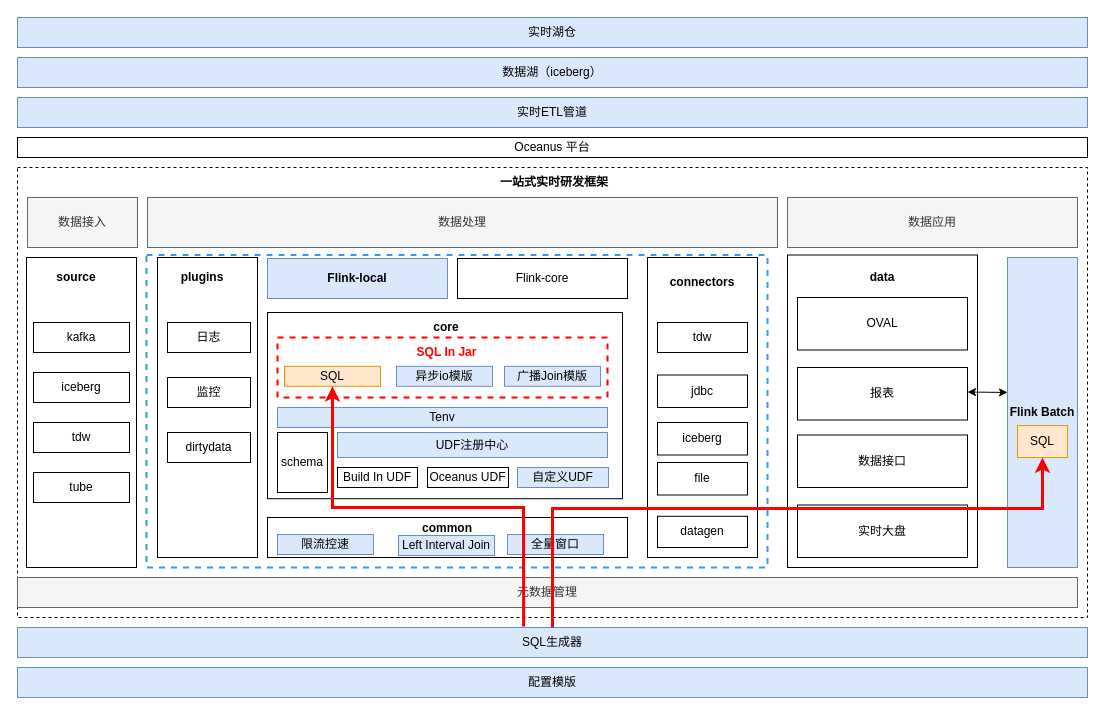
Before: page "流批一体框架" (3 of 3) of 实时dataops-实时离线校验链路升级方案.drawio in Arthur-Lanc/drawio, a draw.io diagram. Source tidied: cells renumbered, new cells numbered last; positions are measured from the earlier drawing's top-left corner, leaving out a move shared by most shapes. Both pictures are drawn from the tidied source at 100%, with x=0, y=0 at pixel (17, 17).
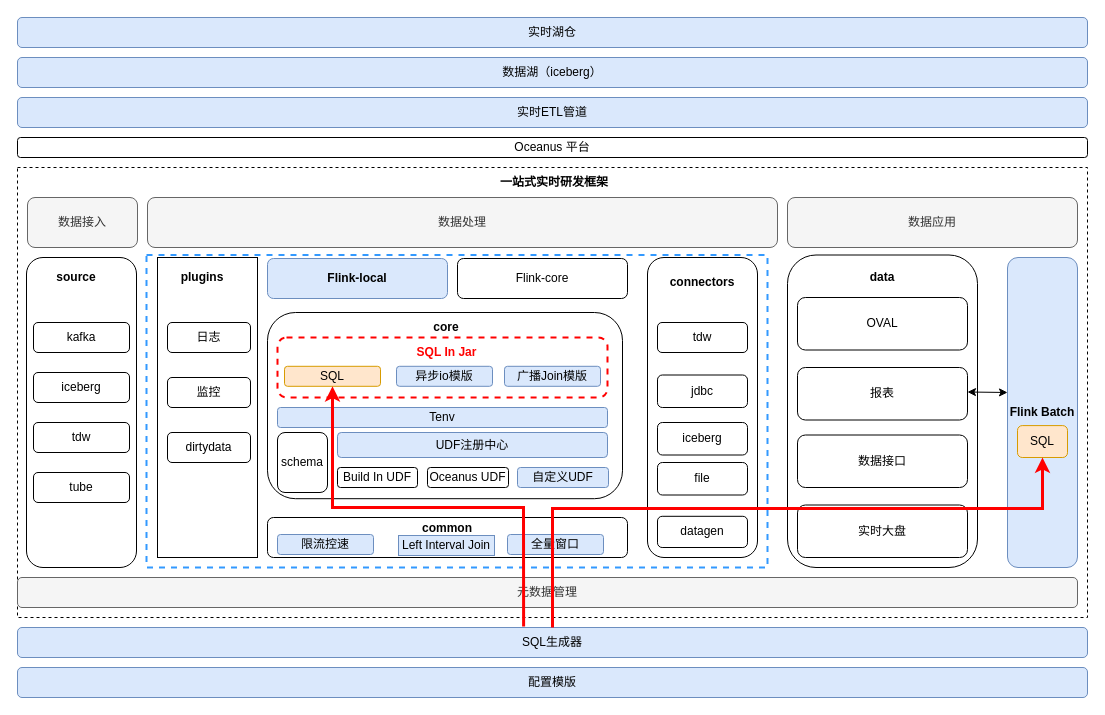
Above is the later version.

What changed in the source:
```diff
@@
-    <mxCell id="4" style="rounded=0;whiteSpace=wrap;html=1;" parent="1" vertex="1">
+    <mxCell id="4" style="rounded=1;whiteSpace=wrap;html=1;" parent="1" vertex="1">
       <mxGeometry x="250" y="295" width="355" height="186.2" as="geometry" />
     </mxCell>
-    <mxCell id="5" style="rounded=0;whiteSpace=wrap;html=1;fillColor=default;" parent="1" vertex="1">
+    <mxCell id="5" style="rounded=1;whiteSpace=wrap;html=1;fillColor=default;" parent="1" vertex="1">
       <mxGeometry x="770" y="237.5" width="190" height="312.5" as="geometry" />
     </mxCell>
-    <mxCell id="6" value="配置模版" style="rounded=0;whiteSpace=wrap;html=1;fillColor=#dae8fc;strokeColor=#6c8ebf;" parent="1" vertex="1">
+    <mxCell id="6" value="配置模版" style="rounded=1;whiteSpace=wrap;html=1;fillColor=#dae8fc;strokeColor=#6c8ebf;" parent="1" vertex="1">
       <mxGeometry y="650" width="1070" height="30" as="geometry" />
     </mxCell>
-    <mxCell id="7" value="SQL生成器" style="rounded=0;whiteSpace=wrap;html=1;fillColor=#dae8fc;strokeColor=#6c8ebf;" parent="1" vertex="1">
+    <mxCell id="7" value="SQL生成器" style="rounded=1;whiteSpace=wrap;html=1;fillColor=#dae8fc;strokeColor=#6c8ebf;" parent="1" vertex="1">
       <mxGeometry y="610" width="1070" height="30" as="geometry" />
     </mxCell>
-    <mxCell id="8" value="元数据管理" style="rounded=0;whiteSpace=wrap;html=1;fillColor=#f5f5f5;fontColor=#333333;strokeColor=#666666;" parent="1" vertex="1">
+    <mxCell id="8" value="元数据管理" style="rounded=1;whiteSpace=wrap;html=1;fillColor=#f5f5f5;fontColor=#333333;strokeColor=#666666;" parent="1" vertex="1">
       <mxGeometry y="560" width="1060" height="30" as="geometry" />
     </mxCell>
-    <mxCell id="9" style="rounded=0;whiteSpace=wrap;html=1;" parent="1" vertex="1">
+    <mxCell id="9" style="rounded=1;whiteSpace=wrap;html=1;" parent="1" vertex="1">
       <mxGeometry x="9" y="240" width="110" height="310" as="geometry" />
     </mxCell>
-    <mxCell id="10" value="kafka" style="rounded=0;whiteSpace=wrap;html=1;" parent="1" vertex="1">
+    <mxCell id="10" value="kafka" style="rounded=1;whiteSpace=wrap;html=1;" parent="1" vertex="1">
       <mxGeometry x="16" y="305" width="96" height="30" as="geometry" />
     </mxCell>
-    <mxCell id="11" value="iceberg" style="rounded=0;whiteSpace=wrap;html=1;" parent="1" vertex="1">
+    <mxCell id="11" value="iceberg" style="rounded=1;whiteSpace=wrap;html=1;" parent="1" vertex="1">
       <mxGeometry x="16" y="355" width="96" height="30" as="geometry" />
     </mxCell>
-    <mxCell id="12" value="tdw" style="rounded=0;whiteSpace=wrap;html=1;" parent="1" vertex="1">
+    <mxCell id="12" value="tdw" style="rounded=1;whiteSpace=wrap;html=1;" parent="1" vertex="1">
       <mxGeometry x="16" y="405" width="96" height="30" as="geometry" />
     </mxCell>
-    <mxCell id="13" value="tube" style="rounded=0;whiteSpace=wrap;html=1;" parent="1" vertex="1">
+    <mxCell id="13" value="tube" style="rounded=1;whiteSpace=wrap;html=1;" parent="1" vertex="1">
       <mxGeometry x="16" y="455" width="96" height="30" as="geometry" />
     </mxCell>
@@
-    <mxCell id="15" value="&lt;b&gt;Flink-local&lt;/b&gt;" style="rounded=0;whiteSpace=wrap;html=1;fillColor=#dae8fc;strokeColor=#6c8ebf;" parent="1" vertex="1">
+    <mxCell id="15" value="&lt;b&gt;Flink-local&lt;/b&gt;" style="rounded=1;whiteSpace=wrap;html=1;fillColor=#dae8fc;strokeColor=#6c8ebf;" parent="1" vertex="1">
       <mxGeometry x="250" y="241" width="180" height="40" as="geometry" />
     </mxCell>
-    <mxCell id="16" style="rounded=0;whiteSpace=wrap;html=1;" parent="1" vertex="1">
+    <mxCell id="16" style="rounded=1;whiteSpace=wrap;html=1;" parent="1" vertex="1">
       <mxGeometry x="250" y="500" width="360" height="40" as="geometry" />
     </mxCell>
-    <mxCell id="17" value="数据接入" style="rounded=0;whiteSpace=wrap;html=1;fillColor=#f5f5f5;fontColor=#333333;strokeColor=#666666;" parent="1" vertex="1">
+    <mxCell id="17" value="数据接入" style="rounded=1;whiteSpace=wrap;html=1;fillColor=#f5f5f5;fontColor=#333333;strokeColor=#666666;" parent="1" vertex="1">
       <mxGeometry x="10" y="180" width="110" height="50" as="geometry" />
     </mxCell>
-    <mxCell id="18" value="数据处理" style="rounded=0;whiteSpace=wrap;html=1;fillColor=#f5f5f5;fontColor=#333333;strokeColor=#666666;" parent="1" vertex="1">
+    <mxCell id="18" value="数据处理" style="rounded=1;whiteSpace=wrap;html=1;fillColor=#f5f5f5;fontColor=#333333;strokeColor=#666666;" parent="1" vertex="1">
       <mxGeometry x="130" y="180" width="630" height="50" as="geometry" />
     </mxCell>
-    <mxCell id="19" value="数据应用" style="rounded=0;whiteSpace=wrap;html=1;fillColor=#f5f5f5;fontColor=#333333;strokeColor=#666666;" parent="1" vertex="1">
+    <mxCell id="19" value="数据应用" style="rounded=1;whiteSpace=wrap;html=1;fillColor=#f5f5f5;fontColor=#333333;strokeColor=#666666;" parent="1" vertex="1">
       <mxGeometry x="770" y="180" width="290" height="50" as="geometry" />
     </mxCell>
-    <mxCell id="20" value="限流控速" style="rounded=0;whiteSpace=wrap;html=1;fillColor=#dae8fc;strokeColor=#6c8ebf;" parent="1" vertex="1">
+    <mxCell id="20" value="限流控速" style="rounded=1;whiteSpace=wrap;html=1;fillColor=#dae8fc;strokeColor=#6c8ebf;" parent="1" vertex="1">
       <mxGeometry x="260" y="517" width="96" height="20" as="geometry" />
     </mxCell>
@@
-    <mxCell id="22" value="全量窗口" style="rounded=0;whiteSpace=wrap;html=1;fillColor=#dae8fc;strokeColor=#6c8ebf;" parent="1" vertex="1">
+    <mxCell id="22" value="全量窗口" style="rounded=1;whiteSpace=wrap;html=1;fillColor=#dae8fc;strokeColor=#6c8ebf;" parent="1" vertex="1">
       <mxGeometry x="490" y="517" width="96" height="20" as="geometry" />
     </mxCell>
-    <mxCell id="23" value="&lt;b&gt;common&lt;/b&gt;" style="text;html=1;strokeColor=none;fillColor=none;align=center;verticalAlign=middle;whiteSpace=wrap;rounded=0;" parent="1" vertex="1">
+    <mxCell id="23" value="&lt;b&gt;common&lt;/b&gt;" style="text;html=1;strokeColor=none;fillColor=none;align=center;verticalAlign=middle;whiteSpace=wrap;rounded=1;" parent="1" vertex="1">
       <mxGeometry x="400" y="496" width="60" height="30" as="geometry" />
     </mxCell>
-    <mxCell id="24" value="Flink-core" style="rounded=0;whiteSpace=wrap;html=1;" parent="1" vertex="1">
+    <mxCell id="24" value="Flink-core" style="rounded=1;whiteSpace=wrap;html=1;" parent="1" vertex="1">
       <mxGeometry x="440" y="241" width="170" height="40" as="geometry" />
     </mxCell>
@@
-    <mxCell id="26" style="rounded=0;whiteSpace=wrap;html=1;dashed=1;fillColor=none;strokeColor=#FF0000;strokeWidth=2;" parent="1" vertex="1">
+    <mxCell id="26" style="rounded=1;whiteSpace=wrap;html=1;dashed=1;fillColor=none;strokeColor=#FF0000;strokeWidth=2;" parent="1" vertex="1">
       <mxGeometry x="260" y="320" width="330" height="60" as="geometry" />
     </mxCell>
-    <mxCell id="27" value="SQL" style="rounded=0;whiteSpace=wrap;html=1;fillColor=#ffe6cc;strokeColor=#d79b00;" parent="1" vertex="1">
+    <mxCell id="27" value="SQL" style="rounded=1;whiteSpace=wrap;html=1;fillColor=#ffe6cc;strokeColor=#d79b00;" parent="1" vertex="1">
       <mxGeometry x="267" y="348.8" width="96" height="20" as="geometry" />
     </mxCell>
-    <mxCell id="28" value="异步io模版" style="rounded=0;whiteSpace=wrap;html=1;fillColor=#dae8fc;strokeColor=#6c8ebf;" parent="1" vertex="1">
+    <mxCell id="28" value="异步io模版" style="rounded=1;whiteSpace=wrap;html=1;fillColor=#dae8fc;strokeColor=#6c8ebf;" parent="1" vertex="1">
       <mxGeometry x="379" y="348.8" width="96" height="20" as="geometry" />
     </mxCell>
-    <mxCell id="29" value="广播Join模版" style="rounded=0;whiteSpace=wrap;html=1;fillColor=#dae8fc;strokeColor=#6c8ebf;" parent="1" vertex="1">
+    <mxCell id="29" value="广播Join模版" style="rounded=1;whiteSpace=wrap;html=1;fillColor=#dae8fc;strokeColor=#6c8ebf;" parent="1" vertex="1">
       <mxGeometry x="487" y="348.8" width="96" height="20" as="geometry" />
     </mxCell>
@@
-    <mxCell id="31" value="Tenv" style="rounded=0;whiteSpace=wrap;html=1;fillColor=#dae8fc;strokeColor=#6c8ebf;" parent="1" vertex="1">
+    <mxCell id="31" value="Tenv" style="rounded=1;whiteSpace=wrap;html=1;fillColor=#dae8fc;strokeColor=#6c8ebf;" parent="1" vertex="1">
       <mxGeometry x="260" y="390" width="330" height="20" as="geometry" />
     </mxCell>
-    <mxCell id="32" value="UDF注册中心" style="rounded=0;whiteSpace=wrap;html=1;fillColor=#dae8fc;strokeColor=#6c8ebf;" parent="1" vertex="1">
+    <mxCell id="32" value="UDF注册中心" style="rounded=1;whiteSpace=wrap;html=1;fillColor=#dae8fc;strokeColor=#6c8ebf;" parent="1" vertex="1">
       <mxGeometry x="320" y="415" width="270" height="25" as="geometry" />
     </mxCell>
-    <mxCell id="33" value="自定义UDF" style="rounded=0;whiteSpace=wrap;html=1;fillColor=#dae8fc;strokeColor=#6c8ebf;" parent="1" vertex="1">
+    <mxCell id="33" value="自定义UDF" style="rounded=1;whiteSpace=wrap;html=1;fillColor=#dae8fc;strokeColor=#6c8ebf;" parent="1" vertex="1">
       <mxGeometry x="500" y="450" width="91" height="20" as="geometry" />
     </mxCell>
-    <mxCell id="34" value="Oceanus UDF" style="rounded=0;whiteSpace=wrap;html=1;" parent="1" vertex="1">
+    <mxCell id="34" value="Oceanus UDF" style="rounded=1;whiteSpace=wrap;html=1;" parent="1" vertex="1">
       <mxGeometry x="410" y="450" width="81" height="20" as="geometry" />
     </mxCell>
-    <mxCell id="35" value="schema" style="rounded=0;whiteSpace=wrap;html=1;" parent="1" vertex="1">
+    <mxCell id="35" value="schema" style="rounded=1;whiteSpace=wrap;html=1;" parent="1" vertex="1">
       <mxGeometry x="260" y="415" width="50" height="60" as="geometry" />
     </mxCell>
-    <mxCell id="36" value="Build In UDF" style="rounded=0;whiteSpace=wrap;html=1;" parent="1" vertex="1">
+    <mxCell id="36" value="Build In UDF" style="rounded=1;whiteSpace=wrap;html=1;" parent="1" vertex="1">
       <mxGeometry x="320" y="450" width="80" height="20" as="geometry" />
     </mxCell>
-    <mxCell id="37" style="rounded=0;whiteSpace=wrap;html=1;" parent="1" vertex="1">
+    <mxCell id="37" style="rounded=1;whiteSpace=wrap;html=1;" parent="1" vertex="1">
       <mxGeometry x="630" y="240" width="110" height="300" as="geometry" />
     </mxCell>
@@
-    <mxCell id="40" value="日志" style="rounded=0;whiteSpace=wrap;html=1;" parent="1" vertex="1">
+    <mxCell id="40" value="日志" style="rounded=1;whiteSpace=wrap;html=1;" parent="1" vertex="1">
       <mxGeometry x="150" y="305" width="83" height="30" as="geometry" />
     </mxCell>
-    <mxCell id="41" value="监控" style="rounded=0;whiteSpace=wrap;html=1;" parent="1" vertex="1">
+    <mxCell id="41" value="监控" style="rounded=1;whiteSpace=wrap;html=1;" parent="1" vertex="1">
       <mxGeometry x="150" y="360" width="83" height="30" as="geometry" />
     </mxCell>
-    <mxCell id="42" value="dirtydata" style="rounded=0;whiteSpace=wrap;html=1;" parent="1" vertex="1">
+    <mxCell id="42" value="dirtydata" style="rounded=1;whiteSpace=wrap;html=1;" parent="1" vertex="1">
       <mxGeometry x="150" y="415" width="83" height="30" as="geometry" />
     </mxCell>
-    <mxCell id="43" value="&lt;b&gt;connectors&lt;/b&gt;" style="text;html=1;strokeColor=none;fillColor=none;align=center;verticalAlign=middle;whiteSpace=wrap;rounded=0;" parent="1" vertex="1">
+    <mxCell id="43" value="&lt;b&gt;connectors&lt;/b&gt;" style="text;html=1;strokeColor=none;fillColor=none;align=center;verticalAlign=middle;whiteSpace=wrap;rounded=1;" parent="1" vertex="1">
       <mxGeometry x="655" y="250" width="60" height="30" as="geometry" />
     </mxCell>
-    <mxCell id="44" value="iceberg" style="rounded=0;whiteSpace=wrap;html=1;" parent="1" vertex="1">
+    <mxCell id="44" value="iceberg" style="rounded=1;whiteSpace=wrap;html=1;" parent="1" vertex="1">
       <mxGeometry x="640" y="405" width="90" height="32.5" as="geometry" />
     </mxCell>
-    <mxCell id="45" value="tdw" style="rounded=0;whiteSpace=wrap;html=1;" parent="1" vertex="1">
+    <mxCell id="45" value="tdw" style="rounded=1;whiteSpace=wrap;html=1;" parent="1" vertex="1">
       <mxGeometry x="640" y="305" width="90" height="30" as="geometry" />
     </mxCell>
-    <mxCell id="46" value="jdbc" style="rounded=0;whiteSpace=wrap;html=1;" parent="1" vertex="1">
+    <mxCell id="46" value="jdbc" style="rounded=1;whiteSpace=wrap;html=1;" parent="1" vertex="1">
       <mxGeometry x="640" y="357.5" width="90" height="32.5" as="geometry" />
     </mxCell>
-    <mxCell id="47" value="datagen" style="rounded=0;whiteSpace=wrap;html=1;" parent="1" vertex="1">
+    <mxCell id="47" value="datagen" style="rounded=1;whiteSpace=wrap;html=1;" parent="1" vertex="1">
       <mxGeometry x="640" y="498.8" width="90" height="31.2" as="geometry" />
     </mxCell>
-    <mxCell id="48" value="&lt;b&gt;Flink Batch&lt;/b&gt;" style="rounded=0;whiteSpace=wrap;html=1;fillColor=#dae8fc;strokeColor=#6c8ebf;" parent="1" vertex="1">
+    <mxCell id="48" value="&lt;b&gt;Flink Batch&lt;/b&gt;" style="rounded=1;whiteSpace=wrap;html=1;fillColor=#dae8fc;strokeColor=#6c8ebf;" parent="1" vertex="1">
       <mxGeometry x="990" y="240" width="70" height="310" as="geometry" />
     </mxCell>
-    <mxCell id="49" value="OVAL" style="rounded=0;whiteSpace=wrap;html=1;" parent="1" vertex="1">
+    <mxCell id="49" value="OVAL" style="rounded=1;whiteSpace=wrap;html=1;" parent="1" vertex="1">
       <mxGeometry x="780" y="280" width="170" height="52.5" as="geometry" />
     </mxCell>
-    <mxCell id="50" value="报表" style="rounded=0;whiteSpace=wrap;html=1;" parent="1" vertex="1">
+    <mxCell id="50" value="报表" style="rounded=1;whiteSpace=wrap;html=1;" parent="1" vertex="1">
       <mxGeometry x="780" y="350" width="170" height="52.5" as="geometry" />
     </mxCell>
-    <mxCell id="51" value="数据接口" style="rounded=0;whiteSpace=wrap;html=1;" parent="1" vertex="1">
+    <mxCell id="51" value="数据接口" style="rounded=1;whiteSpace=wrap;html=1;" parent="1" vertex="1">
       <mxGeometry x="780" y="417.5" width="170" height="52.5" as="geometry" />
     </mxCell>
-    <mxCell id="52" value="实时大盘" style="rounded=0;whiteSpace=wrap;html=1;" parent="1" vertex="1">
+    <mxCell id="52" value="实时大盘" style="rounded=1;whiteSpace=wrap;html=1;" parent="1" vertex="1">
       <mxGeometry x="780" y="487.5" width="170" height="52.5" as="geometry" />
     </mxCell>
-    <mxCell id="53" value="SQL" style="rounded=0;whiteSpace=wrap;html=1;fillColor=#ffe6cc;strokeColor=#d79b00;" parent="1" vertex="1">
+    <mxCell id="53" value="SQL" style="rounded=1;whiteSpace=wrap;html=1;fillColor=#ffe6cc;strokeColor=#d79b00;" parent="1" vertex="1">
       <mxGeometry x="1000" y="408.1" width="50" height="31.9" as="geometry" />
     </mxCell>
-    <mxCell id="54" value="file" style="rounded=0;whiteSpace=wrap;html=1;" parent="1" vertex="1">
+    <mxCell id="54" value="file" style="rounded=1;whiteSpace=wrap;html=1;" parent="1" vertex="1">
       <mxGeometry x="640" y="445" width="90" height="32.5" as="geometry" />
     </mxCell>
@@
-    <mxCell id="56" value="&lt;b&gt;data&lt;/b&gt;" style="text;html=1;strokeColor=none;fillColor=none;align=center;verticalAlign=middle;whiteSpace=wrap;rounded=0;" parent="1" vertex="1">
+    <mxCell id="56" value="&lt;b&gt;data&lt;/b&gt;" style="text;html=1;strokeColor=none;fillColor=none;align=center;verticalAlign=middle;whiteSpace=wrap;rounded=1;" parent="1" vertex="1">
       <mxGeometry x="835" y="245" width="60" height="30" as="geometry" />
     </mxCell>
@@
-    <mxCell id="59" value="Oceanus 平台" style="rounded=0;whiteSpace=wrap;html=1;" parent="1" vertex="1">
+    <mxCell id="59" value="Oceanus 平台" style="rounded=1;whiteSpace=wrap;html=1;" parent="1" vertex="1">
       <mxGeometry y="120" width="1070" height="20" as="geometry" />
     </mxCell>
-    <mxCell id="60" value="实时ETL管道" style="rounded=0;whiteSpace=wrap;html=1;fillColor=#dae8fc;strokeColor=#6c8ebf;" parent="1" vertex="1">
+    <mxCell id="60" value="实时ETL管道" style="rounded=1;whiteSpace=wrap;html=1;fillColor=#dae8fc;strokeColor=#6c8ebf;" parent="1" vertex="1">
       <mxGeometry y="80" width="1070" height="30" as="geometry" />
     </mxCell>
-    <mxCell id="61" value="数据湖（iceberg）" style="rounded=0;whiteSpace=wrap;html=1;fillColor=#dae8fc;strokeColor=#6c8ebf;" parent="1" vertex="1">
+    <mxCell id="61" value="数据湖（iceberg）" style="rounded=1;whiteSpace=wrap;html=1;fillColor=#dae8fc;strokeColor=#6c8ebf;" parent="1" vertex="1">
       <mxGeometry y="40" width="1070" height="30" as="geometry" />
     </mxCell>
-    <mxCell id="62" value="实时湖仓" style="rounded=0;whiteSpace=wrap;html=1;fillColor=#dae8fc;strokeColor=#6c8ebf;" parent="1" vertex="1">
+    <mxCell id="62" value="实时湖仓" style="rounded=1;whiteSpace=wrap;html=1;fillColor=#dae8fc;strokeColor=#6c8ebf;" parent="1" vertex="1">
       <mxGeometry width="1070" height="30" as="geometry" />
     </mxCell>
```
